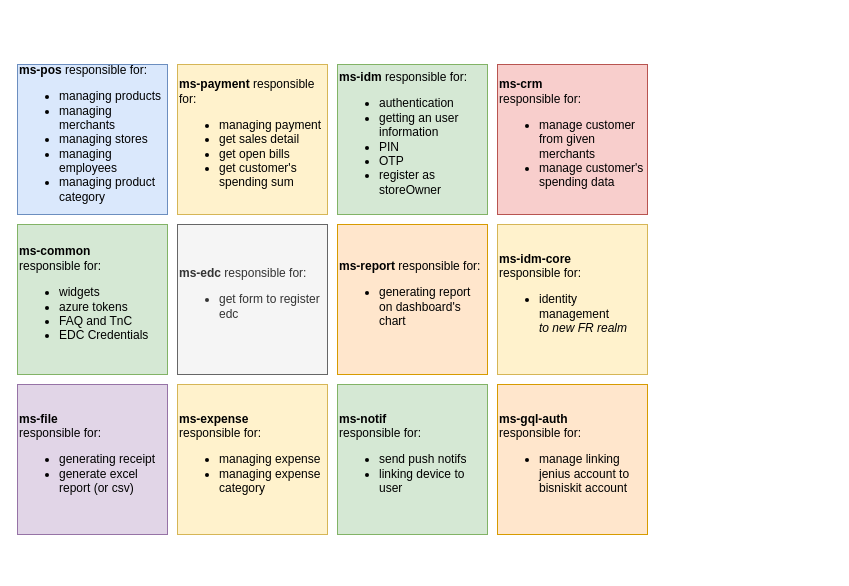
martabacc/dotfiles keeps this draw.io diagram as page "Context" (2 of 2) of Untitled Diagram.drawio. Above is the earlier version. Source tidied: cells renumbered, new cells numbered last; positions are measured from the earlier drawing's top-left corner, leaving out a move shared by most shapes. Both pictures are drawn from the tidied source at 100%, with x=0, y=0 at pixel (17, 64).
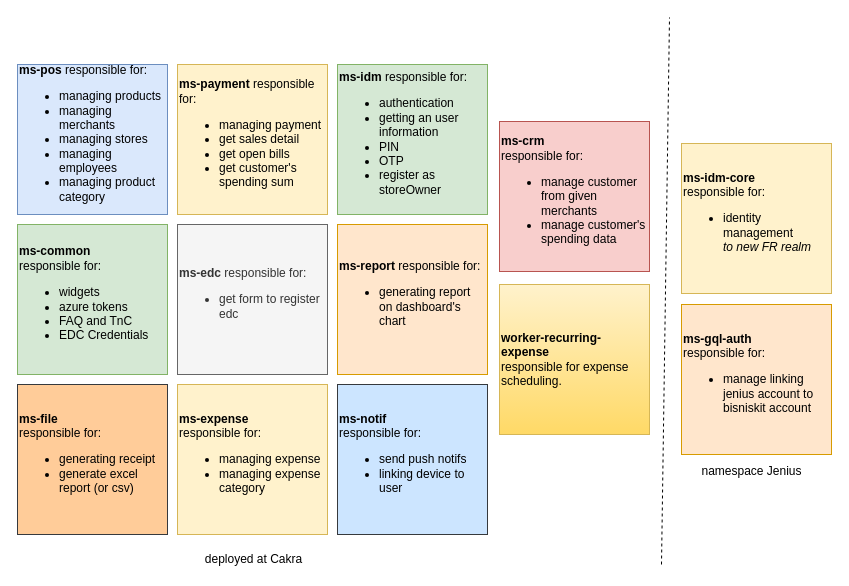
The same diagram, later.

What changed in the source:
```diff
@@
 <mxGraphModel>
   <root>
     <mxCell id="0" />
     <mxCell id="1" parent="0" />
     <mxCell id="2" value="&lt;div&gt;&lt;b&gt;ms-pos&lt;/b&gt; responsible for:&lt;br&gt;&lt;/div&gt;&lt;div&gt;&lt;ul&gt;&lt;li&gt;managing products&lt;br&gt;&lt;/li&gt;&lt;li&gt;managing merchants&lt;/li&gt;&lt;li&gt;managing stores&lt;/li&gt;&lt;li&gt;managing employees&lt;/li&gt;&lt;li&gt;managing product category&lt;br&gt;&lt;/li&gt;&lt;/ul&gt;&lt;/div&gt;" style="whiteSpace=wrap;html=1;align=left;fillColor=#dae8fc;strokeColor=#6c8ebf;" parent="1" vertex="1">
       <mxGeometry width="150" height="150" as="geometry" />
     </mxCell>
     <mxCell id="3" value="&lt;div&gt;&lt;b&gt;ms-payment&lt;/b&gt; responsible for:&lt;br&gt;&lt;/div&gt;&lt;div&gt;&lt;ul&gt;&lt;li&gt;managing payment&lt;/li&gt;&lt;li&gt;get sales detail&lt;/li&gt;&lt;li&gt;get open bills&lt;/li&gt;&lt;li&gt;get customer's spending sum&lt;/li&gt;&lt;/ul&gt;&lt;/div&gt;" style="whiteSpace=wrap;html=1;align=left;fillColor=#fff2cc;strokeColor=#d6b656;" parent="1" vertex="1">
       <mxGeometry x="160" width="150" height="150" as="geometry" />
     </mxCell>
     <mxCell id="4" value="&lt;div&gt;&lt;b&gt;ms-idm&lt;/b&gt; responsible for:&lt;br&gt;&lt;/div&gt;&lt;div&gt;&lt;ul&gt;&lt;li&gt;authentication&lt;/li&gt;&lt;li&gt;getting an user information&lt;/li&gt;&lt;li&gt;PIN&lt;/li&gt;&lt;li&gt;OTP&lt;br&gt;&lt;/li&gt;&lt;li&gt;register as storeOwner&lt;br&gt;&lt;/li&gt;&lt;/ul&gt;&lt;/div&gt;" style="whiteSpace=wrap;html=1;align=left;fillColor=#d5e8d4;strokeColor=#82b366;" parent="1" vertex="1">
       <mxGeometry x="320" width="150" height="150" as="geometry" />
     </mxCell>
     <mxCell id="5" value="&lt;div&gt;&lt;b&gt;ms-common&lt;br&gt;&lt;/b&gt; responsible for:&lt;br&gt;&lt;/div&gt;&lt;div&gt;&lt;ul&gt;&lt;li&gt;widgets&lt;/li&gt;&lt;li&gt;azure tokens&lt;/li&gt;&lt;li&gt;FAQ and TnC&lt;/li&gt;&lt;li&gt;EDC Credentials&lt;br&gt;&lt;/li&gt;&lt;/ul&gt;&lt;/div&gt;" style="whiteSpace=wrap;html=1;align=left;fillColor=#d5e8d4;strokeColor=#82b366;" parent="1" vertex="1">
       <mxGeometry y="160" width="150" height="150" as="geometry" />
     </mxCell>
     <mxCell id="6" value="&lt;div&gt;&lt;b&gt;ms-edc&lt;/b&gt; responsible for:&lt;br&gt;&lt;/div&gt;&lt;div&gt;&lt;ul&gt;&lt;li&gt;get form to register edc&lt;br&gt;&lt;/li&gt;&lt;/ul&gt;&lt;/div&gt;" style="whiteSpace=wrap;html=1;align=left;fillColor=#f5f5f5;strokeColor=#666666;fontColor=#333333;" parent="1" vertex="1">
       <mxGeometry x="160" y="160" width="150" height="150" as="geometry" />
     </mxCell>
     <mxCell id="7" value="&lt;div&gt;&lt;b&gt;ms-report&lt;/b&gt; responsible for:&lt;br&gt;&lt;/div&gt;&lt;div&gt;&lt;ul&gt;&lt;li&gt;generating report on dashboard's chart&lt;br&gt;&lt;/li&gt;&lt;/ul&gt;&lt;/div&gt;" style="whiteSpace=wrap;html=1;align=left;fillColor=#ffe6cc;strokeColor=#d79b00;" parent="1" vertex="1">
       <mxGeometry x="320" y="160" width="150" height="150" as="geometry" />
     </mxCell>
-    <mxCell id="8" value="&lt;div&gt;&lt;b&gt;ms-file&lt;/b&gt; &lt;br&gt;responsible for:&lt;br&gt;&lt;/div&gt;&lt;div&gt;&lt;ul&gt;&lt;li&gt;generating receipt&lt;/li&gt;&lt;li&gt;generate excel report (or csv)&lt;br&gt;&lt;/li&gt;&lt;/ul&gt;&lt;/div&gt;" style="whiteSpace=wrap;html=1;align=left;fillColor=#e1d5e7;strokeColor=#9673a6;" parent="1" vertex="1">
+    <mxCell id="8" value="&lt;div&gt;&lt;b&gt;ms-file&lt;/b&gt; &lt;br&gt;responsible for:&lt;br&gt;&lt;/div&gt;&lt;div&gt;&lt;ul&gt;&lt;li&gt;generating receipt&lt;/li&gt;&lt;li&gt;generate excel report (or csv)&lt;br&gt;&lt;/li&gt;&lt;/ul&gt;&lt;/div&gt;" style="whiteSpace=wrap;html=1;align=left;fillColor=#ffcc99;strokeColor=#36393d;" parent="1" vertex="1">
       <mxGeometry y="320" width="150" height="150" as="geometry" />
     </mxCell>
     <mxCell id="9" value="&lt;div&gt;&lt;b&gt;ms-expense&lt;/b&gt; &lt;br&gt;responsible for:&lt;br&gt;&lt;/div&gt;&lt;div&gt;&lt;ul&gt;&lt;li&gt;managing expense&lt;/li&gt;&lt;li&gt;managing expense category&lt;br&gt;&lt;/li&gt;&lt;/ul&gt;&lt;/div&gt;" style="whiteSpace=wrap;html=1;align=left;fillColor=#fff2cc;strokeColor=#d6b656;" parent="1" vertex="1">
       <mxGeometry x="160" y="320" width="150" height="150" as="geometry" />
     </mxCell>
-    <mxCell id="10" value="&lt;div&gt;&lt;b&gt;ms-notif&lt;/b&gt;&lt;br&gt;responsible for:&lt;br&gt;&lt;/div&gt;&lt;div&gt;&lt;ul&gt;&lt;li&gt;send push notifs&lt;/li&gt;&lt;li&gt;linking device to user&lt;br&gt;&lt;/li&gt;&lt;/ul&gt;&lt;/div&gt;" style="whiteSpace=wrap;html=1;align=left;fillColor=#d5e8d4;strokeColor=#82b366;" parent="1" vertex="1">
+    <mxCell id="10" value="&lt;div&gt;&lt;b&gt;ms-notif&lt;/b&gt;&lt;br&gt;responsible for:&lt;br&gt;&lt;/div&gt;&lt;div&gt;&lt;ul&gt;&lt;li&gt;send push notifs&lt;/li&gt;&lt;li&gt;linking device to user&lt;br&gt;&lt;/li&gt;&lt;/ul&gt;&lt;/div&gt;" style="whiteSpace=wrap;html=1;align=left;fillColor=#cce5ff;strokeColor=#36393d;" parent="1" vertex="1">
       <mxGeometry x="320" y="320" width="150" height="150" as="geometry" />
     </mxCell>
     <mxCell id="11" value="&lt;div&gt;&lt;b&gt;ms-crm&lt;/b&gt;&lt;br&gt;responsible for:&lt;br&gt;&lt;/div&gt;&lt;div&gt;&lt;ul&gt;&lt;li&gt;manage customer from given merchants&lt;/li&gt;&lt;li&gt;manage customer's spending data&lt;br&gt;&lt;/li&gt;&lt;/ul&gt;&lt;/div&gt;" style="whiteSpace=wrap;html=1;align=left;fillColor=#f8cecc;strokeColor=#b85450;" parent="1" vertex="1">
-      <mxGeometry x="480" width="150" height="150" as="geometry" />
+      <mxGeometry x="482" y="57" width="150" height="150" as="geometry" />
     </mxCell>
     <mxCell id="12" value="&lt;div&gt;&lt;b&gt;ms-idm-core&lt;/b&gt;&lt;br&gt;responsible for:&lt;br&gt;&lt;/div&gt;&lt;div&gt;&lt;ul&gt;&lt;li&gt;identity management&lt;br&gt;&lt;i&gt;to new FR realm&lt;/i&gt;&lt;br&gt;&lt;/li&gt;&lt;/ul&gt;&lt;/div&gt;" style="whiteSpace=wrap;html=1;align=left;fillColor=#fff2cc;strokeColor=#d6b656;" parent="1" vertex="1">
-      <mxGeometry x="480" y="160" width="150" height="150" as="geometry" />
+      <mxGeometry x="664" y="79" width="150" height="150" as="geometry" />
     </mxCell>
     <mxCell id="13" value="&lt;div&gt;&lt;b&gt;ms-gql-auth&lt;/b&gt;&lt;br&gt;responsible for:&lt;br&gt;&lt;/div&gt;&lt;div&gt;&lt;ul&gt;&lt;li&gt;manage linking jenius account to bisniskit account&lt;br&gt;&lt;/li&gt;&lt;/ul&gt;&lt;/div&gt;" style="whiteSpace=wrap;html=1;align=left;fillColor=#ffe6cc;strokeColor=#d79b00;" parent="1" vertex="1">
-      <mxGeometry x="480" y="320" width="150" height="150" as="geometry" />
+      <mxGeometry x="664" y="240" width="150" height="150" as="geometry" />
     </mxCell>
+    <mxCell id="14" value="&lt;div&gt;&lt;b&gt;worker-recurring-expense&lt;/b&gt;&lt;br&gt;responsible for expense scheduling.&lt;br&gt;&lt;/div&gt;" style="whiteSpace=wrap;html=1;align=left;fillColor=#fff2cc;strokeColor=#d6b656;gradientColor=#ffd966;" parent="1" vertex="1">
+      <mxGeometry x="482" y="220" width="150" height="150" as="geometry" />
+    </mxCell>
+    <mxCell id="15" style="endArrow=none;dashed=1;html=1;" parent="1" edge="1">
+      <mxGeometry relative="1" as="geometry">
+        <mxPoint x="644" y="500" as="sourcePoint" />
+        <mxPoint x="652" y="-47" as="targetPoint" />
+      </mxGeometry>
+    </mxCell>
+    <mxCell id="16" value="deployed at Cakra" style="text;html=1;align=center;verticalAlign=middle;" parent="1" vertex="1">
+      <mxGeometry x="182" y="486" width="107" height="18" as="geometry" />
+    </mxCell>
+    <mxCell id="17" value="namespace Jenius" style="text;html=1;align=center;verticalAlign=middle;" parent="1" vertex="1">
+      <mxGeometry x="679" y="398" width="110" height="18" as="geometry" />
+    </mxCell>
   </root>
 </mxGraphModel>
```
